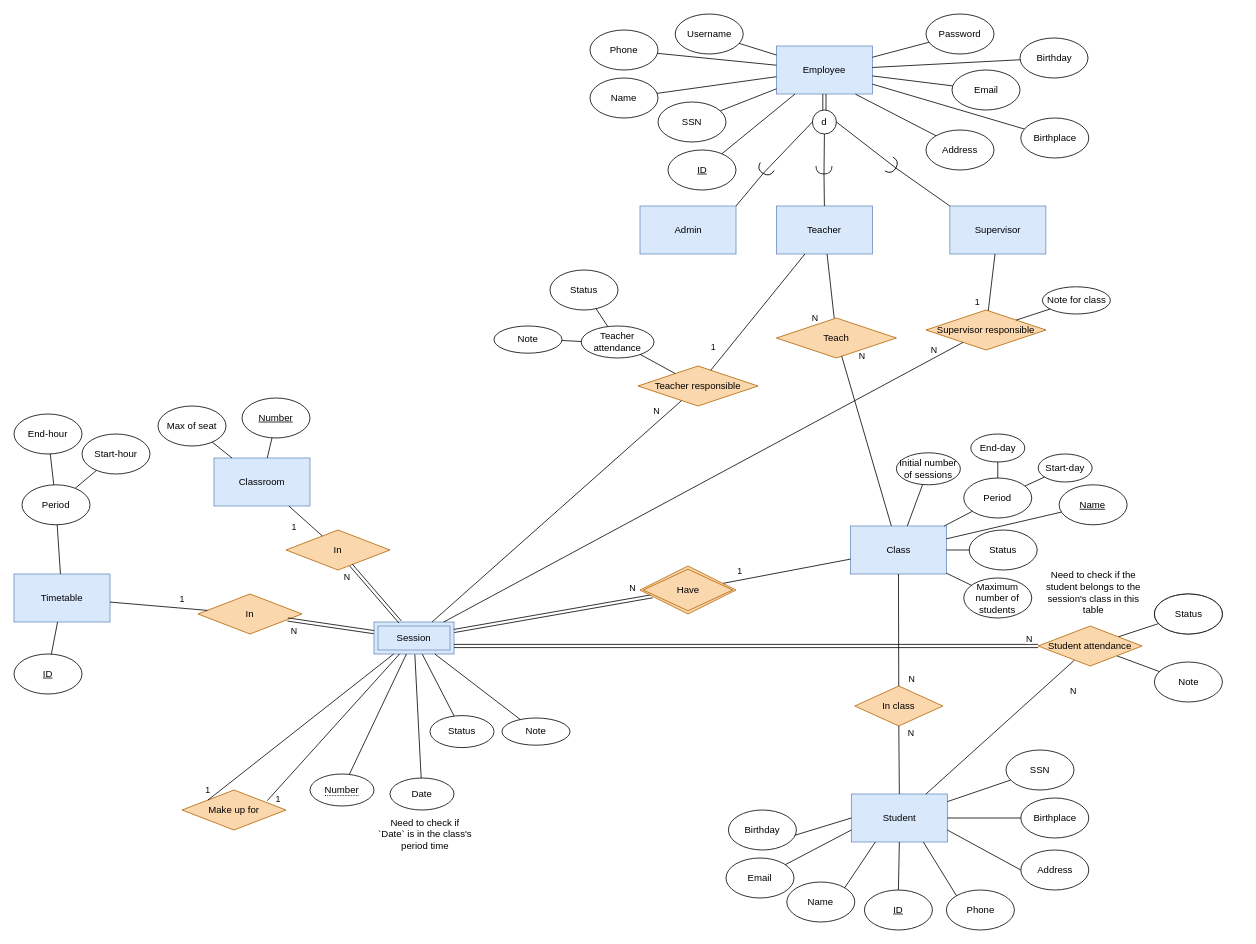
Above: ERD.drawio in astr0tas/New-And-Improved-English-Center-Attendance-Check (draw.io), before the change. Source tidied: cells renumbered, new cells numbered last; positions are measured from the earlier drawing's top-left corner, leaving out a move shared by most shapes. Both pictures are drawn from the tidied source at 80%, with x=0, y=0 at pixel (14, 14).
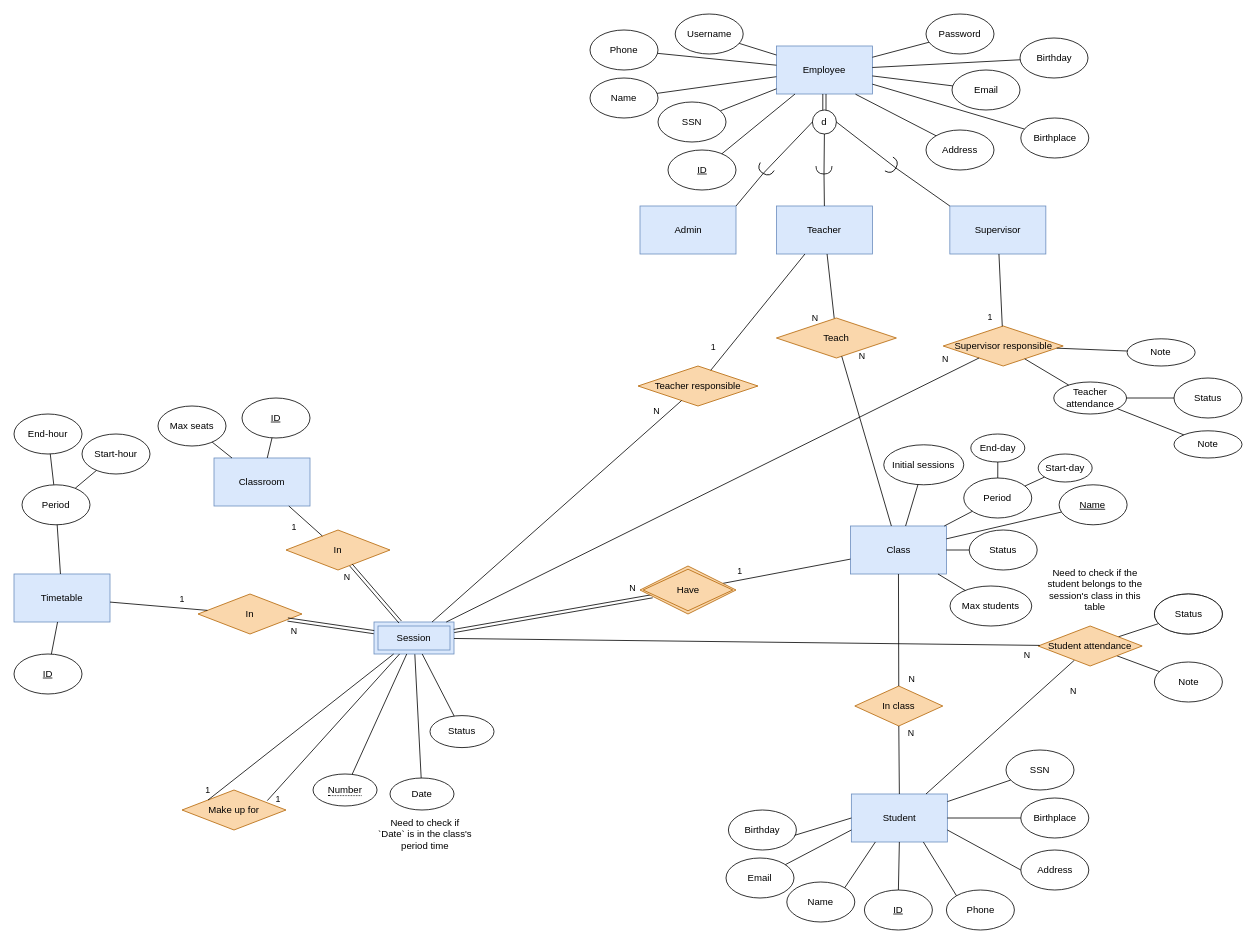
After the change.

The change refers to these unchanged cells:
```xml
<mxCell id="31" value="Teacher responsible" style="rhombus;whiteSpace=wrap;html=1;fillColor=#fad7ac;strokeColor=#b46504;" parent="1" vertex="1">
  <mxGeometry x="780" y="440" width="150" height="50" as="geometry" />
</mxCell>
<mxCell id="69" value="Session" style="shape=ext;margin=3;double=1;whiteSpace=wrap;html=1;align=center;fillColor=#DAE8FC;strokeColor=#6C8EBF;" parent="1" vertex="1">
  <mxGeometry x="450" y="760" width="100" height="40" as="geometry" />
</mxCell>
<mxCell id="81" value="Student attendance" style="rhombus;whiteSpace=wrap;html=1;fillColor=#fad7ac;strokeColor=#b46504;" parent="1" vertex="1">
  <mxGeometry x="1280.2" y="765" width="130" height="50" as="geometry" />
</mxCell>
```

Change to the diagram source:
```diff
@@
-    <mxCell id="52" value="&lt;u&gt;Number&lt;/u&gt;" style="ellipse;whiteSpace=wrap;html=1;" parent="1" vertex="1">
+    <mxCell id="52" value="&lt;u&gt;ID&lt;/u&gt;" style="ellipse;whiteSpace=wrap;html=1;" parent="1" vertex="1">
       <mxGeometry x="285" y="480" width="85" height="50" as="geometry" />
     </mxCell>
@@
     <mxCell id="73" value="&lt;span style=&quot;border-bottom: 1px dotted&quot;&gt;Number&lt;/span&gt;" style="ellipse;whiteSpace=wrap;html=1;align=center;" parent="1" vertex="1">
-      <mxGeometry x="370" y="950" width="80" height="40" as="geometry" />
+      <mxGeometry x="373.8" y="950" width="80" height="40" as="geometry" />
     </mxCell>
@@
     <mxCell id="84" value="Need to check if the student belongs to the session's class in this table" style="text;html=1;strokeColor=none;fillColor=none;align=center;verticalAlign=middle;whiteSpace=wrap;rounded=0;" parent="1" vertex="1">
-      <mxGeometry x="1287.6" y="700" width="122.6" height="45" as="geometry" />
+      <mxGeometry x="1289.8" y="697.5" width="122.6" height="45" as="geometry" />
     </mxCell>
@@
-    <mxCell id="87" value="Max of seat" style="ellipse;whiteSpace=wrap;html=1;" parent="1" vertex="1">
+    <mxCell id="87" value="Max seats" style="ellipse;whiteSpace=wrap;html=1;" parent="1" vertex="1">
       <mxGeometry x="180" y="490" width="85" height="50" as="geometry" />
     </mxCell>
@@
-    <mxCell id="89" value="Maximum number of students" style="ellipse;whiteSpace=wrap;html=1;" parent="1" vertex="1">
-      <mxGeometry x="1187.2" y="705" width="85" height="50" as="geometry" />
+    <mxCell id="89" value="Max students" style="ellipse;whiteSpace=wrap;html=1;" parent="1" vertex="1">
+      <mxGeometry x="1170" y="715" width="102.2" height="50" as="geometry" />
     </mxCell>
@@
-    <mxCell id="97" style="endArrow=none;html=1;rounded=0;exitX=1;exitY=0.75;exitDx=0;exitDy=0;shape=link;" parent="1" edge="1" source="69" target="81">
-      <mxGeometry relative="1" as="geometry" />
-    </mxCell>
-    <mxCell id="98" value="N" style="edgeLabel;html=1;align=center;verticalAlign=middle;" parent="97" vertex="1">
-      <mxGeometry x="-0.16" y="2" relative="1" as="geometry">
-        <mxPoint x="411" y="-8" as="offset" />
-      </mxGeometry>
-    </mxCell>
@@
     <mxCell id="108" value="Supervisor responsible" style="rhombus;whiteSpace=wrap;html=1;fillColor=#fad7ac;strokeColor=#b46504;" parent="1" vertex="1">
-      <mxGeometry x="1140" y="370" width="150" height="50" as="geometry" />
+      <mxGeometry x="1161.5" y="390" width="150" height="50" as="geometry" />
     </mxCell>
@@
-    <mxCell id="110" value="Note for class" style="ellipse;whiteSpace=wrap;html=1;" parent="1" vertex="1">
-      <mxGeometry x="1285.5" y="341" width="85" height="34" as="geometry" />
-    </mxCell>
     <mxCell id="111" value="Status" style="ellipse;whiteSpace=wrap;html=1;" parent="1" vertex="1">
-      <mxGeometry x="670" y="320" width="85" height="50" as="geometry" />
+      <mxGeometry x="1450" y="455" width="85" height="50" as="geometry" />
     </mxCell>
     <mxCell id="112" value="Note" style="ellipse;whiteSpace=wrap;html=1;" parent="1" vertex="1">
-      <mxGeometry x="600" y="390" width="85" height="34" as="geometry" />
+      <mxGeometry x="1450" y="521" width="85" height="34" as="geometry" />
     </mxCell>
     <mxCell id="113" value="Teacher attendance" style="ellipse;whiteSpace=wrap;html=1;" parent="1" vertex="1">
-      <mxGeometry x="709" y="390" width="91" height="40" as="geometry" />
+      <mxGeometry x="1299.7" y="460" width="91" height="40" as="geometry" />
     </mxCell>
-    <mxCell id="114" style="endArrow=none;html=1;rounded=0;" parent="1" edge="1" source="108" target="110">
-      <mxGeometry relative="1" as="geometry" />
-    </mxCell>
-    <mxCell id="115" style="endArrow=none;html=1;rounded=0;" parent="1" edge="1" source="31" target="113">
+    <mxCell id="115" style="endArrow=none;html=1;rounded=0;" parent="1" edge="1" source="108" target="113">
       <mxGeometry relative="1" as="geometry" />
     </mxCell>
@@
     <mxCell id="125" value="Note" style="ellipse;whiteSpace=wrap;html=1;" parent="1" vertex="1">
-      <mxGeometry x="610" y="880" width="85" height="34" as="geometry" />
+      <mxGeometry x="1391.4" y="406" width="85" height="34" as="geometry" />
     </mxCell>
-    <mxCell id="126" style="endArrow=none;html=1;rounded=0;" parent="1" edge="1" source="69" target="125">
+    <mxCell id="126" style="endArrow=none;html=1;rounded=0;" parent="1" edge="1" source="108" target="125">
       <mxGeometry relative="1" as="geometry" />
     </mxCell>
@@
-    <mxCell id="140" value="Initial number of sessions" style="ellipse;whiteSpace=wrap;html=1;align=center;" parent="1" vertex="1">
-      <mxGeometry x="1103" y="548.5" width="80" height="40" as="geometry" />
+    <mxCell id="140" value="Initial sessions" style="ellipse;whiteSpace=wrap;html=1;align=center;" parent="1" vertex="1">
+      <mxGeometry x="1087.2" y="538.5" width="100" height="50" as="geometry" />
     </mxCell>
@@
+    <mxCell id="97" style="endArrow=none;html=1;rounded=0;" parent="1" edge="1" source="69" target="81">
+      <mxGeometry relative="1" as="geometry" />
+    </mxCell>
+    <mxCell id="98" value="N" style="edgeLabel;html=1;align=center;verticalAlign=middle;" parent="97" vertex="1">
+      <mxGeometry x="0.27" y="-3" relative="1" as="geometry">
+        <mxPoint x="251" y="11" as="offset" />
+      </mxGeometry>
+    </mxCell>
```
